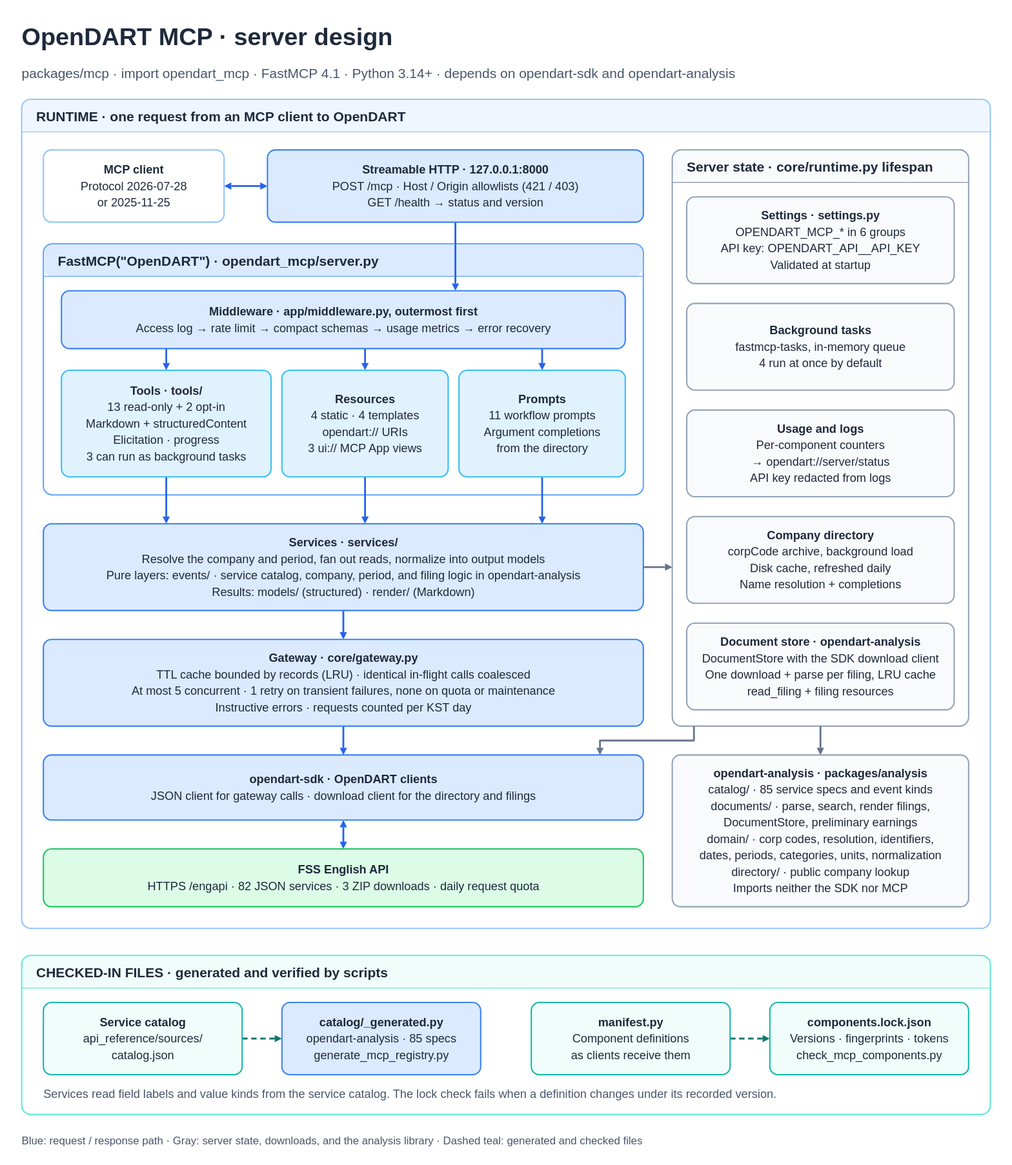
The draw.io diagram packages/mcp/docs/architecture.svg in orestxherija/opendart, before a commit. Source tidied: cells renumbered, new cells last; positions are measured from the earlier drawing's top-left corner, leaving out a move shared by most shapes.
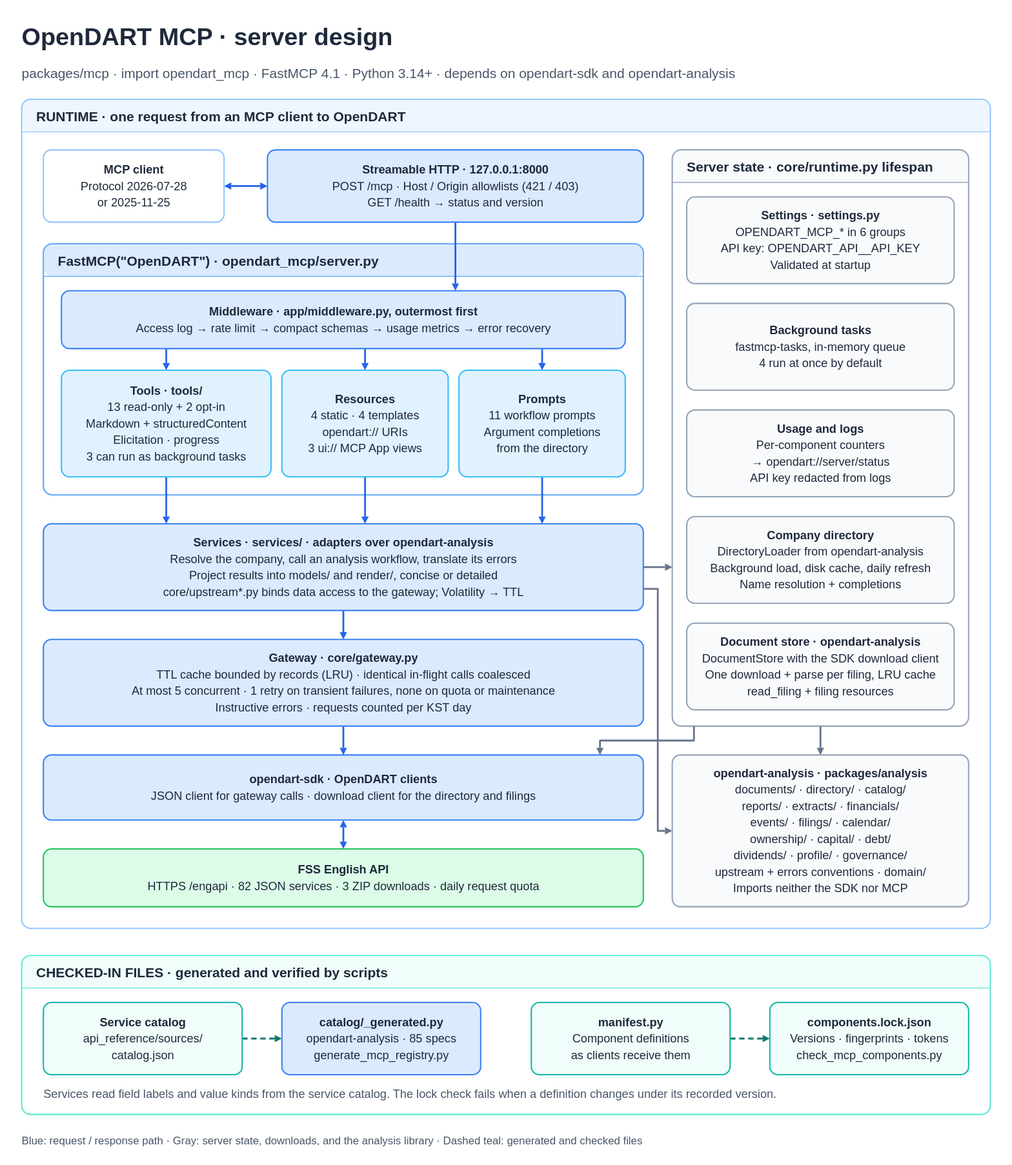
Above is the later version.

Change to the diagram source:
```diff
@@ -38,7 +38,7 @@
     <mxCell id="13" value="&lt;b&gt;Prompts&lt;/b&gt;&lt;br&gt;11 workflow prompts&lt;br&gt;Argument completions&lt;br&gt;from the directory" style="rounded=1;whiteSpace=wrap;html=1;fontFamily=Arial;fontColor=#1e293b;strokeWidth=1.5;spacing=12;fontSize=13;fillColor=#e0f2fe;strokeColor=#38bdf8;" parent="5" vertex="1">
       <mxGeometry x="460" y="140" width="184" height="118" as="geometry" />
     </mxCell>
-    <mxCell id="14" value="&lt;b&gt;Services · services/&lt;/b&gt;&lt;br&gt;Resolve the company and period, fan out reads, normalize into output models&lt;br&gt;Pure layers: events/ · service catalog, company, period, and filing logic in opendart-analysis&lt;br&gt;Results: models/ (structured) · render/ (Markdown)" style="rounded=1;whiteSpace=wrap;html=1;fontFamily=Arial;fontColor=#1e293b;strokeWidth=1.5;spacing=12;fontSize=13;fillColor=#dbeafe;strokeColor=#3b82f6;" parent="4" vertex="1">
+    <mxCell id="14" value="&lt;b&gt;Services · services/ · adapters over opendart-analysis&lt;/b&gt;&lt;br&gt;Resolve the company, call an analysis workflow, translate its errors&lt;br&gt;Project results into models/ and render/, concise or detailed&lt;br&gt;core/upstream*.py binds data access to the gateway; Volatility → TTL" style="rounded=1;whiteSpace=wrap;html=1;fontFamily=Arial;fontColor=#1e293b;strokeWidth=1.5;spacing=12;fontSize=13;fillColor=#dbeafe;strokeColor=#3b82f6;" parent="4" vertex="1">
       <mxGeometry x="24" y="470" width="664" height="96" as="geometry" />
     </mxCell>
     <mxCell id="15" value="&lt;b&gt;Gateway · core/gateway.py&lt;/b&gt;&lt;br&gt;TTL cache bounded by records (LRU) · identical in-flight calls coalesced&lt;br&gt;At most 5 concurrent · 1 retry on transient failures, none on quota or maintenance&lt;br&gt;Instructive errors · requests counted per KST day" style="rounded=1;whiteSpace=wrap;html=1;fontFamily=Arial;fontColor=#1e293b;strokeWidth=1.5;spacing=12;fontSize=13;fillColor=#dbeafe;strokeColor=#3b82f6;" parent="4" vertex="1">
@@ -53,7 +53,7 @@
     <mxCell id="18" value="&lt;b&gt;Usage and logs&lt;/b&gt;&lt;br&gt;Per-component counters&lt;br&gt;→ opendart://server/status&lt;br&gt;API key redacted from logs" style="rounded=1;whiteSpace=wrap;html=1;fontFamily=Arial;fontColor=#1e293b;strokeWidth=1.5;spacing=12;fontSize=13;fillColor=#f8fafc;strokeColor=#94a3b8;" parent="6" vertex="1">
       <mxGeometry x="16" y="288" width="296" height="96" as="geometry" />
     </mxCell>
-    <mxCell id="19" value="&lt;b&gt;Company directory&lt;/b&gt;&lt;br&gt;corpCode archive, background load&lt;br&gt;Disk cache, refreshed daily&lt;br&gt;Name resolution + completions" style="rounded=1;whiteSpace=wrap;html=1;fontFamily=Arial;fontColor=#1e293b;strokeWidth=1.5;spacing=12;fontSize=13;fillColor=#f8fafc;strokeColor=#94a3b8;" parent="6" vertex="1">
+    <mxCell id="19" value="&lt;b&gt;Company directory&lt;/b&gt;&lt;br&gt;DirectoryLoader from opendart-analysis&lt;br&gt;Background load, disk cache, daily refresh&lt;br&gt;Name resolution + completions" style="rounded=1;whiteSpace=wrap;html=1;fontFamily=Arial;fontColor=#1e293b;strokeWidth=1.5;spacing=12;fontSize=13;fillColor=#f8fafc;strokeColor=#94a3b8;" parent="6" vertex="1">
       <mxGeometry x="16" y="406" width="296" height="96" as="geometry" />
     </mxCell>
     <mxCell id="20" value="&lt;b&gt;Document store · opendart-analysis&lt;/b&gt;&lt;br&gt;DocumentStore with the SDK download client&lt;br&gt;One download + parse per filing, LRU cache&lt;br&gt;read_filing + filing resources" style="rounded=1;whiteSpace=wrap;html=1;fontFamily=Arial;fontColor=#1e293b;strokeWidth=1.5;spacing=12;fontSize=13;fillColor=#f8fafc;strokeColor=#94a3b8;" parent="6" vertex="1">
@@ -65,7 +65,7 @@
     <mxCell id="22" value="&lt;b&gt;FSS English API&lt;/b&gt;&lt;br&gt;HTTPS /engapi · 82 JSON services · 3 ZIP downloads · daily request quota" style="rounded=1;whiteSpace=wrap;html=1;fontFamily=Arial;fontColor=#1e293b;strokeWidth=1.5;spacing=12;fontSize=13;fillColor=#dcfce7;strokeColor=#22c55e;" parent="4" vertex="1">
       <mxGeometry x="24" y="830" width="664" height="64" as="geometry" />
     </mxCell>
-    <mxCell id="23" value="&lt;b&gt;opendart-analysis · packages/analysis&lt;/b&gt;&lt;br&gt;catalog/ · 85 service specs and event kinds&lt;br&gt;documents/ · parse, search, render filings,&lt;br&gt;DocumentStore, preliminary earnings&lt;br&gt;domain/ · corp codes, resolution, identifiers,&lt;br&gt;dates, periods, categories, units, normalization&lt;br&gt;directory/ · public company lookup&lt;br&gt;Imports neither the SDK nor MCP" style="rounded=1;whiteSpace=wrap;html=1;fontFamily=Arial;fontColor=#1e293b;strokeWidth=1.5;spacing=12;fontSize=13;fillColor=#f8fafc;strokeColor=#94a3b8;" parent="4" vertex="1">
+    <mxCell id="23" value="&lt;b&gt;opendart-analysis · packages/analysis&lt;/b&gt;&lt;br&gt;documents/ · directory/ · catalog/&lt;br&gt;reports/ · extracts/ · financials/&lt;br&gt;events/ · filings/ · calendar/&lt;br&gt;ownership/ · capital/ · debt/&lt;br&gt;dividends/ · profile/ · governance/&lt;br&gt;upstream + errors conventions · domain/&lt;br&gt;Imports neither the SDK nor MCP" style="rounded=1;whiteSpace=wrap;html=1;fontFamily=Arial;fontColor=#1e293b;strokeWidth=1.5;spacing=12;fontSize=13;fillColor=#f8fafc;strokeColor=#94a3b8;" parent="4" vertex="1">
       <mxGeometry x="720" y="726" width="328" height="168" as="geometry" />
     </mxCell>
     <mxCell id="24" value="&lt;b&gt;Service catalog&lt;/b&gt;&lt;br&gt;api_reference/sources/&lt;br&gt;catalog.json" style="rounded=1;whiteSpace=wrap;html=1;fontFamily=Arial;fontColor=#1e293b;strokeWidth=1.5;spacing=12;fontSize=13;fillColor=#f0fdfa;strokeColor=#14b8a6;" parent="7" vertex="1">
@@ -130,6 +130,14 @@
     <mxCell id="42" style="edgeStyle=orthogonalEdgeStyle;rounded=1;html=1;strokeWidth=2;strokeColor=#64748b;endArrow=block;endFill=1;exitX=0.5;exitY=1;entryX=0.5;entryY=0;exitPerimeter=0;entryPerimeter=0;" parent="4" edge="1" source="6" target="23">
       <mxGeometry relative="1" as="geometry" />
     </mxCell>
+    <mxCell id="46" style="edgeStyle=orthogonalEdgeStyle;rounded=1;html=1;strokeWidth=2;strokeColor=#64748b;endArrow=block;endFill=1;exitX=1;exitY=0.75;entryX=0;entryY=0.5;exitPerimeter=0;entryPerimeter=0;" parent="4" edge="1" source="14" target="23">
+      <mxGeometry relative="1" as="geometry">
+        <Array as="points">
+          <mxPoint x="704" y="542" />
+          <mxPoint x="704" y="810" />
+        </Array>
+      </mxGeometry>
+    </mxCell>
     <mxCell id="43" style="edgeStyle=orthogonalEdgeStyle;rounded=1;html=1;strokeWidth=2;strokeColor=#2563eb;endArrow=block;endFill=1;exitX=0.5;exitY=1;entryX=0.5;entryY=0;exitPerimeter=0;entryPerimeter=0;startArrow=block;startFill=1;" parent="4" edge="1" source="21" target="22">
       <mxGeometry relative="1" as="geometry" />
     </mxCell>
```
